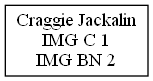
The Graphviz diagram Fase1/clientesAtendidos.png in d-acetun/simulacion-sistema-impresion-de-imagenes, before a commit. Its source is kept beside it as Fase1/clientesAtendidos.dot.
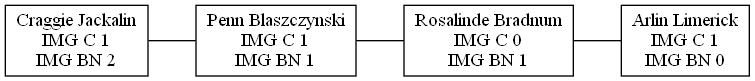
The same diagram one commit later.

What changed in the source:
```diff
@@ -2,5 +2,11 @@
 node[shape=box]
 edge[arrowhead=none]
 0 [label="Craggie Jackalin\nIMG C 1\nIMG BN 2"]
+1 [label="Penn Blaszczynski\nIMG C 1\nIMG BN 1"]
+2 [label="Rosalinde Bradnum\nIMG C 0\nIMG BN 1"]
+3 [label="Arlin Limerick\nIMG C 1\nIMG BN 0"]
+0->1
+1->2
+2->3
 rankdir=LR
 }
```
